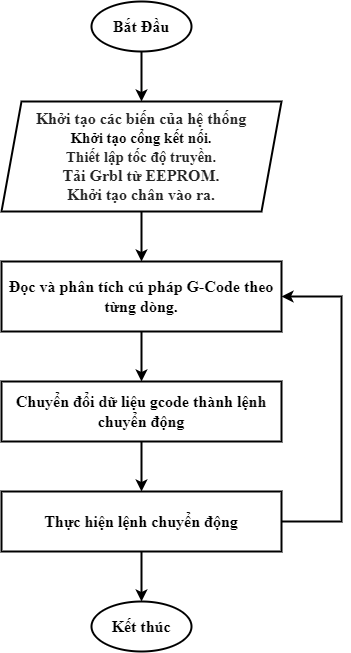
Before: doc/Lưu đồ chương trình trên Vi điều khiển.drawio.png, a diagram exported from draw.io (phamhiep2506/TinyCNC_Plotter). Source tidied: cells renumbered, new cells last; positions are measured from the earlier drawing's top-left corner, leaving out a move shared by most shapes.
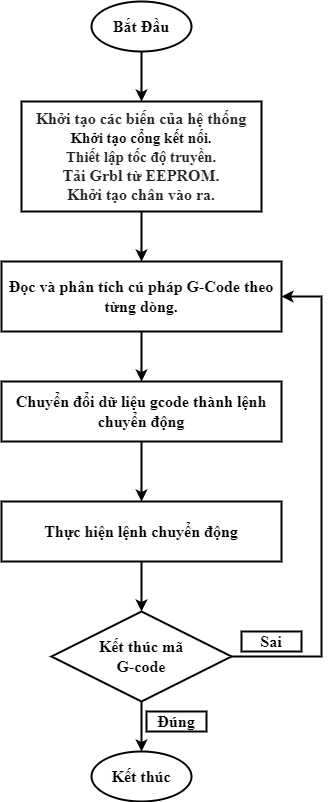
The same diagram one commit later.

The edit, as a diff of the source:
```diff
@@ -10,9 +10,6 @@
     <mxCell id="3" value="&lt;font style=&quot;font-size: 16px;&quot; face=&quot;Times New Roman&quot;&gt;&lt;b&gt;Đọc và phân tích cú pháp G-Code theo từng dòng.&lt;/b&gt;&lt;/font&gt;" style="rounded=0;whiteSpace=wrap;html=1;strokeWidth=2;" parent="1" vertex="1">
       <mxGeometry y="260" width="280" height="70" as="geometry" />
     </mxCell>
-    <mxCell id="4" style="endArrow=classic;html=1;rounded=0;fontFamily=Times New Roman;fontSize=16;exitX=0.5;exitY=1;exitDx=0;exitDy=0;entryX=0.5;entryY=0;entryDx=0;entryDy=0;strokeWidth=2;" parent="1" edge="1" source="10" target="3">
-      <mxGeometry relative="1" as="geometry" />
-    </mxCell>
     <mxCell id="5" value="&lt;b&gt;&lt;font style=&quot;font-size: 16px;&quot;&gt;Chuyển đổi dữ liệu gcode thành lệnh chuyển động&lt;/font&gt;&lt;/b&gt;" style="rounded=0;whiteSpace=wrap;html=1;fontFamily=Times New Roman;fontSize=16;strokeWidth=2;" parent="1" vertex="1">
       <mxGeometry y="380" width="280" height="60" as="geometry" />
     </mxCell>
@@ -20,32 +17,47 @@
       <mxGeometry relative="1" as="geometry" />
     </mxCell>
     <mxCell id="7" value="&lt;b&gt;Thực hiện lệnh chuyển động&lt;/b&gt;" style="rounded=0;whiteSpace=wrap;html=1;fontFamily=Times New Roman;fontSize=16;strokeWidth=2;" parent="1" vertex="1">
-      <mxGeometry y="490" width="280" height="60" as="geometry" />
+      <mxGeometry y="500" width="280" height="60" as="geometry" />
     </mxCell>
     <mxCell id="8" style="endArrow=classic;html=1;rounded=0;fontFamily=Times New Roman;fontSize=16;exitX=0.5;exitY=1;exitDx=0;exitDy=0;entryX=0.5;entryY=0;entryDx=0;entryDy=0;strokeWidth=2;" parent="1" edge="1" source="5" target="7">
       <mxGeometry relative="1" as="geometry" />
     </mxCell>
-    <mxCell id="9" style="endArrow=classic;html=1;rounded=0;fontFamily=Times New Roman;fontSize=16;exitX=0.5;exitY=1;exitDx=0;exitDy=0;entryX=0.5;entryY=0;entryDx=0;entryDy=0;strokeWidth=2;" parent="1" edge="1" source="7">
-      <mxGeometry relative="1" as="geometry">
-        <mxPoint x="140" y="600" as="targetPoint" />
-      </mxGeometry>
+    <mxCell id="9" style="endArrow=classic;html=1;rounded=0;fontFamily=Times New Roman;fontSize=16;exitX=0.5;exitY=1;exitDx=0;exitDy=0;entryX=0.5;entryY=0;entryDx=0;entryDy=0;strokeWidth=2;" parent="1" edge="1" source="7" target="16">
+      <mxGeometry relative="1" as="geometry" />
     </mxCell>
-    <mxCell id="10" value="&lt;span style=&quot;color: rgb(37, 37, 37);&quot;&gt;&lt;b&gt;Khởi tạo các biến của hệ thống&lt;br&gt;&lt;/b&gt;&lt;/span&gt;&lt;div style=&quot;&quot;&gt;&lt;span style=&quot;font-size: 15px; background-color: initial;&quot;&gt;&lt;b&gt;Khởi tạo cổng kết nối.&lt;/b&gt;&lt;/span&gt;&lt;/div&gt;&lt;b style=&quot;&quot;&gt;&lt;span style=&quot;color: rgb(37, 37, 37); font-size: 15px;&quot;&gt;&lt;span style=&quot;background-color: initial;&quot;&gt;Thiết lập tốc độ truyền.&lt;/span&gt;&lt;/span&gt;&lt;span style=&quot;color: rgb(37, 37, 37);&quot;&gt;&lt;div&gt;&lt;span style=&quot;background-color: initial;&quot;&gt;Tải Grbl từ EEPROM.&lt;/span&gt;&lt;/div&gt;&lt;div&gt;Khởi tạo chân vào ra.&lt;/div&gt;&lt;/span&gt;&lt;/b&gt;" style="shape=parallelogram;perimeter=parallelogramPerimeter;whiteSpace=wrap;html=1;fixedSize=1;fontFamily=Times New Roman;fontSize=16;strokeWidth=2;" parent="1" vertex="1">
-      <mxGeometry y="100" width="280" height="110" as="geometry" />
+    <mxCell id="10" value="&lt;span style=&quot;color: rgb(37, 37, 37);&quot;&gt;&lt;b&gt;Khởi tạo các biến của hệ thống&lt;br&gt;&lt;/b&gt;&lt;/span&gt;&lt;div style=&quot;&quot;&gt;&lt;span style=&quot;font-size: 15px; background-color: initial;&quot;&gt;&lt;b&gt;Khởi tạo cổng kết nối.&lt;/b&gt;&lt;/span&gt;&lt;/div&gt;&lt;b style=&quot;&quot;&gt;&lt;span style=&quot;color: rgb(37, 37, 37); font-size: 15px;&quot;&gt;&lt;span style=&quot;background-color: initial;&quot;&gt;Thiết lập tốc độ truyền.&lt;/span&gt;&lt;/span&gt;&lt;span style=&quot;color: rgb(37, 37, 37);&quot;&gt;&lt;div&gt;&lt;span style=&quot;background-color: initial;&quot;&gt;Tải Grbl từ EEPROM.&lt;/span&gt;&lt;/div&gt;&lt;div&gt;Khởi tạo chân vào ra.&lt;/div&gt;&lt;/span&gt;&lt;/b&gt;" style="shape=parallelogram;perimeter=parallelogramPerimeter;whiteSpace=wrap;html=1;fixedSize=1;fontFamily=Times New Roman;fontSize=16;strokeWidth=2;size=0;" parent="1" vertex="1">
+      <mxGeometry x="20" y="100" width="240" height="110" as="geometry" />
     </mxCell>
     <mxCell id="11" value="&lt;b style=&quot;&quot;&gt;Kết thúc&lt;/b&gt;" style="strokeWidth=2;html=1;shape=mxgraph.flowchart.start_1;whiteSpace=wrap;fontFamily=Times New Roman;fontSize=16;" parent="1" vertex="1">
-      <mxGeometry x="90" y="600" width="100" height="50" as="geometry" />
+      <mxGeometry x="90" y="750" width="100" height="50" as="geometry" />
     </mxCell>
     <mxCell id="12" value="&lt;b style=&quot;&quot;&gt;Bắt Đầu&lt;/b&gt;" style="strokeWidth=2;html=1;shape=mxgraph.flowchart.start_1;whiteSpace=wrap;fontFamily=Times New Roman;fontSize=16;" parent="1" vertex="1">
       <mxGeometry x="90" width="100" height="50" as="geometry" />
     </mxCell>
-    <mxCell id="13" style="endArrow=classic;html=1;rounded=0;fontFamily=Times New Roman;fontSize=16;strokeWidth=2;exitX=1;exitY=0.5;exitDx=0;exitDy=0;entryX=1;entryY=0.5;entryDx=0;entryDy=0;" parent="1" edge="1" source="7" target="3">
+    <mxCell id="13" style="endArrow=classic;html=1;rounded=0;fontFamily=Times New Roman;fontSize=16;strokeWidth=2;entryX=1;entryY=0.5;entryDx=0;entryDy=0;exitX=1;exitY=0.5;exitDx=0;exitDy=0;" parent="1" edge="1" source="16" target="3">
       <mxGeometry relative="1" as="geometry">
         <Array as="points">
-          <mxPoint x="340" y="520" />
-          <mxPoint x="340" y="295" />
+          <mxPoint x="320" y="655" />
+          <mxPoint x="320" y="295" />
         </Array>
       </mxGeometry>
     </mxCell>
+    <mxCell id="14" style="endArrow=classic;html=1;rounded=0;fontFamily=Times New Roman;fontSize=16;strokeWidth=2;exitX=0.5;exitY=1;exitDx=0;exitDy=0;entryX=0.5;entryY=0;entryDx=0;entryDy=0;entryPerimeter=0;" parent="1" edge="1" source="16" target="11">
+      <mxGeometry relative="1" as="geometry" />
+    </mxCell>
+    <mxCell id="15" style="endArrow=classic;html=1;rounded=0;fontFamily=Times New Roman;fontSize=16;strokeWidth=2;exitX=0.5;exitY=1;exitDx=0;exitDy=0;entryX=0.5;entryY=0;entryDx=0;entryDy=0;" parent="1" edge="1" source="10">
+      <mxGeometry relative="1" as="geometry">
+        <mxPoint x="140" y="260" as="targetPoint" />
+      </mxGeometry>
+    </mxCell>
+    <mxCell id="16" value="&lt;b&gt;Kết thúc mã&lt;br&gt;G-code&lt;/b&gt;" style="rhombus;whiteSpace=wrap;html=1;fontFamily=Times New Roman;fontSize=16;strokeWidth=2;" parent="1" vertex="1">
+      <mxGeometry x="50" y="610" width="180" height="90" as="geometry" />
+    </mxCell>
+    <mxCell id="17" value="&lt;b&gt;Đúng&lt;/b&gt;" style="rounded=0;whiteSpace=wrap;html=1;fontFamily=Times New Roman;fontSize=16;strokeWidth=2;" parent="1" vertex="1">
+      <mxGeometry x="145" y="710" width="60" height="20" as="geometry" />
+    </mxCell>
+    <mxCell id="18" value="&lt;b&gt;Sai&lt;/b&gt;" style="rounded=0;whiteSpace=wrap;html=1;fontFamily=Times New Roman;fontSize=16;strokeWidth=2;" parent="1" vertex="1">
+      <mxGeometry x="240" y="630" width="60" height="20" as="geometry" />
+    </mxCell>
   </root>
 </mxGraphModel>
```
